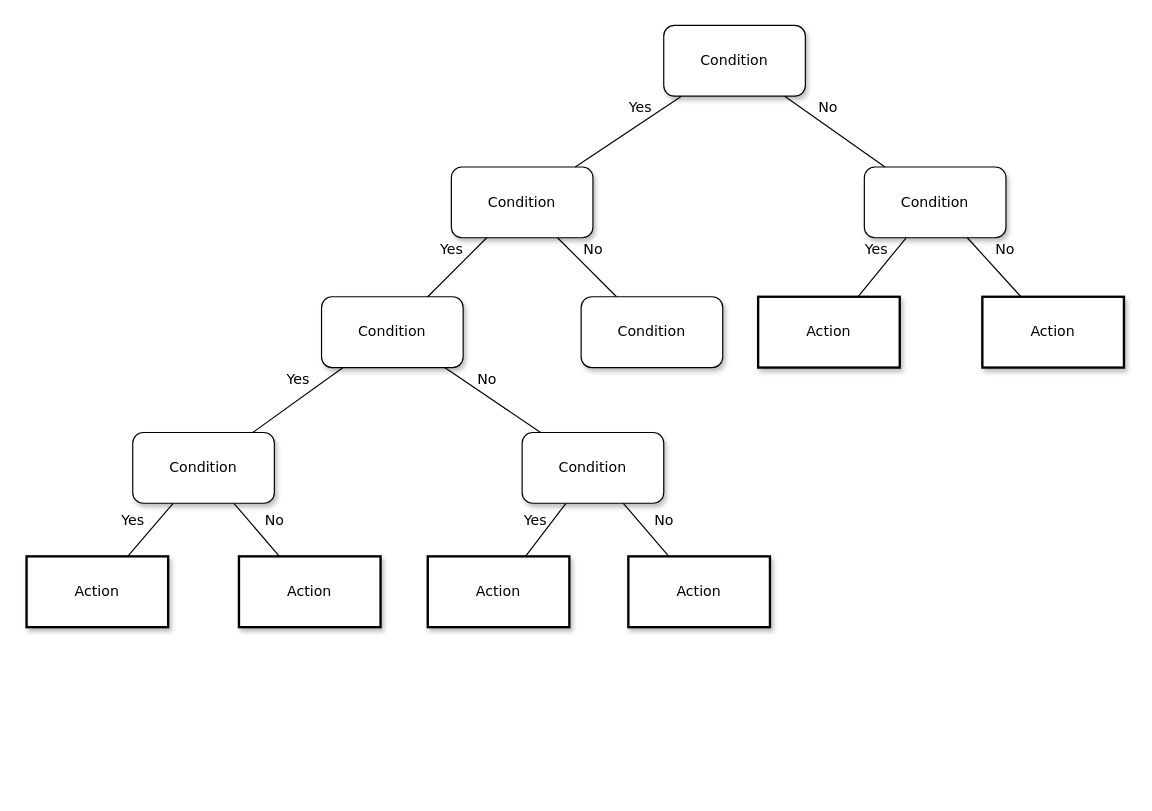
Above: Untitled Diagram.drawio in obuyaochieng/analog-clock (draw.io), before the change. Source tidied: cells renumbered, new cells numbered last; positions are measured from the earlier drawing's top-left corner, leaving out a move shared by most shapes. Both pictures are drawn from the tidied source at 118%, with x=0, y=0 at pixel (26, 25).
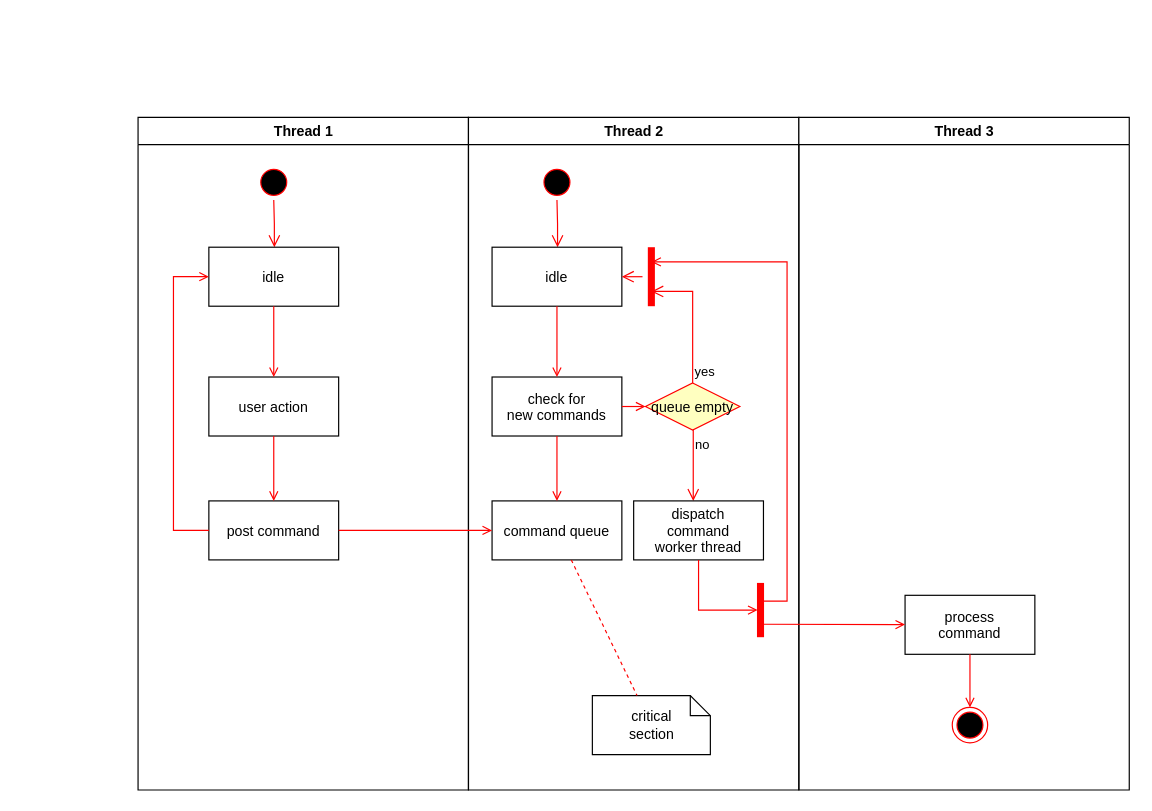
The same diagram, later.

The edit, as a diff of the source:
```diff
@@
-    <mxCell id="2" value="Condition" style="whiteSpace=wrap;html=1;rounded=1;shadow=1;labelBackgroundColor=none;strokeWidth=1;fontFamily=Verdana;fontSize=12;align=center;" parent="1" vertex="1">
-      <mxGeometry x="540" width="120" height="60" as="geometry" />
-    </mxCell>
-    <mxCell id="3" value="&lt;span&gt;Condition&lt;/span&gt;" style="whiteSpace=wrap;html=1;rounded=1;shadow=1;labelBackgroundColor=none;strokeWidth=1;fontFamily=Verdana;fontSize=12;align=center;" parent="1" vertex="1">
-      <mxGeometry x="360" y="120" width="120" height="60" as="geometry" />
-    </mxCell>
-    <mxCell id="4" value="&lt;span&gt;Condition&lt;/span&gt;" style="whiteSpace=wrap;html=1;rounded=1;shadow=1;labelBackgroundColor=none;strokeWidth=1;fontFamily=Verdana;fontSize=12;align=center;" parent="1" vertex="1">
-      <mxGeometry x="710" y="120" width="120" height="60" as="geometry" />
-    </mxCell>
-    <mxCell id="5" value="No" style="rounded=0;html=1;labelBackgroundColor=none;startArrow=none;startFill=0;startSize=5;endArrow=none;endFill=0;endSize=5;jettySize=auto;strokeWidth=1;fontFamily=Verdana;fontSize=12;" parent="1" edge="1" source="2" target="4">
-      <mxGeometry x="-0.3" y="13" relative="1" as="geometry" />
-    </mxCell>
-    <mxCell id="6" value="Yes" style="rounded=0;html=1;labelBackgroundColor=none;startArrow=none;startFill=0;startSize=5;endArrow=none;endFill=0;endSize=5;jettySize=auto;strokeWidth=1;fontFamily=Verdana;fontSize=12;" parent="1" edge="1" source="2" target="3">
-      <mxGeometry x="-0.36" y="-11" relative="1" as="geometry" />
-    </mxCell>
-    <mxCell id="7" value="&lt;span&gt;Condition&lt;/span&gt;" style="whiteSpace=wrap;html=1;rounded=1;shadow=1;labelBackgroundColor=none;strokeWidth=1;fontFamily=Verdana;fontSize=12;align=center;" parent="1" vertex="1">
-      <mxGeometry x="250" y="230" width="120" height="60" as="geometry" />
-    </mxCell>
-    <mxCell id="8" value="&lt;span&gt;Condition&lt;/span&gt;" style="whiteSpace=wrap;html=1;rounded=1;shadow=1;labelBackgroundColor=none;strokeWidth=1;fontFamily=Verdana;fontSize=12;align=center;" parent="1" vertex="1">
-      <mxGeometry x="470" y="230" width="120" height="60" as="geometry" />
-    </mxCell>
-    <mxCell id="9" value="&lt;span&gt;Action&lt;/span&gt;" style="whiteSpace=wrap;html=1;rounded=0;shadow=1;labelBackgroundColor=none;strokeWidth=2;fontFamily=Verdana;fontSize=12;align=center;" parent="1" vertex="1">
-      <mxGeometry x="620" y="230" width="120" height="60" as="geometry" />
-    </mxCell>
-    <mxCell id="10" value="&lt;span&gt;Action&lt;/span&gt;" style="whiteSpace=wrap;html=1;rounded=0;shadow=1;labelBackgroundColor=none;strokeWidth=2;fontFamily=Verdana;fontSize=12;align=center;" parent="1" vertex="1">
-      <mxGeometry x="810" y="230" width="120" height="60" as="geometry" />
-    </mxCell>
-    <mxCell id="11" value="&lt;span&gt;Condition&lt;/span&gt;" style="whiteSpace=wrap;html=1;rounded=1;shadow=1;labelBackgroundColor=none;strokeWidth=1;fontFamily=Verdana;fontSize=12;align=center;" parent="1" vertex="1">
-      <mxGeometry x="90" y="345" width="120" height="60" as="geometry" />
-    </mxCell>
-    <mxCell id="12" value="&lt;span&gt;Condition&lt;/span&gt;" style="whiteSpace=wrap;html=1;rounded=1;shadow=1;labelBackgroundColor=none;strokeWidth=1;fontFamily=Verdana;fontSize=12;align=center;" parent="1" vertex="1">
-      <mxGeometry x="420" y="345" width="120" height="60" as="geometry" />
-    </mxCell>
-    <mxCell id="13" value="Yes" style="rounded=0;html=1;labelBackgroundColor=none;startArrow=none;startFill=0;startSize=5;endArrow=none;endFill=0;endSize=5;jettySize=auto;strokeWidth=1;fontFamily=Verdana;fontSize=12;" parent="1" edge="1" source="3" target="7">
-      <mxGeometry x="-0.2" y="-14" relative="1" as="geometry" />
-    </mxCell>
-    <mxCell id="14" value="No" style="rounded=0;html=1;labelBackgroundColor=none;startArrow=none;startFill=0;startSize=5;endArrow=none;endFill=0;endSize=5;jettySize=auto;strokeWidth=1;fontFamily=Verdana;fontSize=12;" parent="1" edge="1" source="3" target="8">
-      <mxGeometry x="-0.2" y="14" relative="1" as="geometry" />
-    </mxCell>
-    <mxCell id="15" value="Yes" style="rounded=0;html=1;labelBackgroundColor=none;startArrow=none;startFill=0;startSize=5;endArrow=none;endFill=0;endSize=5;jettySize=auto;strokeWidth=1;fontFamily=Verdana;fontSize=12;" parent="1" edge="1" source="4" target="9">
-      <mxGeometry x="-0.26" y="-13" relative="1" as="geometry" />
-    </mxCell>
-    <mxCell id="16" value="No" style="rounded=0;html=1;labelBackgroundColor=none;startArrow=none;startFill=0;startSize=5;endArrow=none;endFill=0;endSize=5;jettySize=auto;strokeWidth=1;fontFamily=Verdana;fontSize=12;" parent="1" edge="1" source="4" target="10">
-      <mxGeometry x="-0.13" y="17" relative="1" as="geometry" />
-    </mxCell>
-    <mxCell id="17" value="Yes" style="rounded=0;html=1;labelBackgroundColor=none;startArrow=none;startFill=0;startSize=5;endArrow=none;endFill=0;endSize=5;jettySize=auto;strokeWidth=1;fontFamily=Verdana;fontSize=12;" parent="1" edge="1" source="7" target="11">
-      <mxGeometry x="-0.22" y="-14" relative="1" as="geometry" />
-    </mxCell>
-    <mxCell id="18" value="No" style="rounded=0;html=1;labelBackgroundColor=none;startArrow=none;startFill=0;startSize=5;endArrow=none;endFill=0;endSize=5;jettySize=auto;strokeWidth=1;fontFamily=Verdana;fontSize=12;" parent="1" edge="1" source="7" target="12">
-      <mxGeometry x="-0.28" y="12" relative="1" as="geometry" />
-    </mxCell>
-    <mxCell id="19" value="Action" style="whiteSpace=wrap;html=1;rounded=0;shadow=1;labelBackgroundColor=none;strokeWidth=2;fontFamily=Verdana;fontSize=12;align=center;" parent="1" vertex="1">
-      <mxGeometry y="450" width="120" height="60" as="geometry" />
-    </mxCell>
-    <mxCell id="20" value="&lt;span&gt;Action&lt;/span&gt;" style="whiteSpace=wrap;html=1;rounded=0;shadow=1;labelBackgroundColor=none;strokeWidth=2;fontFamily=Verdana;fontSize=12;align=center;" parent="1" vertex="1">
-      <mxGeometry x="180" y="450" width="120" height="60" as="geometry" />
-    </mxCell>
-    <mxCell id="21" value="&lt;span&gt;Action&lt;/span&gt;" style="whiteSpace=wrap;html=1;rounded=0;shadow=1;labelBackgroundColor=none;strokeWidth=2;fontFamily=Verdana;fontSize=12;align=center;" parent="1" vertex="1">
-      <mxGeometry x="340" y="450" width="120" height="60" as="geometry" />
-    </mxCell>
-    <mxCell id="22" value="&lt;span&gt;Action&lt;/span&gt;" style="whiteSpace=wrap;html=1;rounded=0;shadow=1;labelBackgroundColor=none;strokeWidth=2;fontFamily=Verdana;fontSize=12;align=center;" parent="1" vertex="1">
-      <mxGeometry x="510" y="450" width="120" height="60" as="geometry" />
-    </mxCell>
-    <mxCell id="23" value="Yes" style="rounded=0;html=1;labelBackgroundColor=none;startArrow=none;startFill=0;startSize=5;endArrow=none;endFill=0;endSize=5;jettySize=auto;strokeWidth=1;fontFamily=Verdana;fontSize=12;" parent="1" edge="1" source="11" target="19">
-      <mxGeometry x="0.14" y="-16" relative="1" as="geometry" />
-    </mxCell>
-    <mxCell id="24" value="No" style="rounded=0;html=1;labelBackgroundColor=none;startArrow=none;startFill=0;startSize=5;endArrow=none;endFill=0;endSize=5;jettySize=auto;strokeWidth=1;fontFamily=Verdana;fontSize=12;" parent="1" edge="1" source="11" target="20">
-      <mxGeometry x="0.14" y="16" relative="1" as="geometry" />
-    </mxCell>
-    <mxCell id="25" value="Yes" style="rounded=0;html=1;labelBackgroundColor=none;startArrow=none;startFill=0;startSize=5;endArrow=none;endFill=0;endSize=5;jettySize=auto;strokeWidth=1;fontFamily=Verdana;fontSize=12;" parent="1" edge="1" source="12" target="21">
-      <mxGeometry y="-12" relative="1" as="geometry" />
-    </mxCell>
-    <mxCell id="26" value="No" style="rounded=0;html=1;labelBackgroundColor=none;startArrow=none;startFill=0;startSize=5;endArrow=none;endFill=0;endSize=5;jettySize=auto;strokeWidth=1;fontFamily=Verdana;fontSize=12;" parent="1" edge="1" source="12" target="22">
-      <mxGeometry x="0.14" y="16" relative="1" as="geometry" />
-    </mxCell>
+    <mxCell id="27" value="Thread 1" style="swimlane;whiteSpace=wrap;" parent="1" vertex="1">
+      <mxGeometry x="94.5" y="78" width="280" height="570" as="geometry" />
+    </mxCell>
+    <mxCell id="28" style="ellipse;shape=startState;fillColor=#000000;strokeColor=#ff0000;" parent="27" vertex="1">
+      <mxGeometry x="100" y="40" width="30" height="30" as="geometry" />
+    </mxCell>
+    <mxCell id="29" style="edgeStyle=elbowEdgeStyle;elbow=horizontal;verticalAlign=bottom;endArrow=open;endSize=8;strokeColor=#FF0000;endFill=1;rounded=0;" parent="27" edge="1" source="28" target="30">
+      <mxGeometry x="100" y="40" as="geometry" />
+    </mxCell>
+    <mxCell id="30" value="idle" parent="27" vertex="1">
+      <mxGeometry x="60" y="110" width="110" height="50" as="geometry" />
+    </mxCell>
+    <mxCell id="31" value="user action" parent="27" vertex="1">
+      <mxGeometry x="60" y="220" width="110" height="50" as="geometry" />
+    </mxCell>
+    <mxCell id="32" style="endArrow=open;strokeColor=#FF0000;endFill=1;rounded=0;" parent="27" edge="1" source="30" target="31">
+      <mxGeometry relative="1" as="geometry" />
+    </mxCell>
+    <mxCell id="33" value="post command" parent="27" vertex="1">
+      <mxGeometry x="60" y="325" width="110" height="50" as="geometry" />
+    </mxCell>
+    <mxCell id="34" style="endArrow=open;strokeColor=#FF0000;endFill=1;rounded=0;" parent="27" edge="1" source="31" target="33">
+      <mxGeometry relative="1" as="geometry" />
+    </mxCell>
+    <mxCell id="35" style="edgeStyle=elbowEdgeStyle;elbow=horizontal;strokeColor=#FF0000;endArrow=open;endFill=1;rounded=0;" parent="27" edge="1" source="33" target="30">
+      <mxGeometry relative="1" as="geometry">
+        <Array as="points">
+          <mxPoint x="30" y="250" />
+        </Array>
+      </mxGeometry>
+    </mxCell>
+    <mxCell id="36" value="Thread 2" style="swimlane;whiteSpace=wrap;" parent="1" vertex="1">
+      <mxGeometry x="374.5" y="78" width="280" height="570" as="geometry" />
+    </mxCell>
+    <mxCell id="37" style="ellipse;shape=startState;fillColor=#000000;strokeColor=#ff0000;" parent="36" vertex="1">
+      <mxGeometry x="60" y="40" width="30" height="30" as="geometry" />
+    </mxCell>
+    <mxCell id="38" style="edgeStyle=elbowEdgeStyle;elbow=horizontal;verticalAlign=bottom;endArrow=open;endSize=8;strokeColor=#FF0000;endFill=1;rounded=0;" parent="36" edge="1" source="37" target="39">
+      <mxGeometry x="40" y="20" as="geometry" />
+    </mxCell>
+    <mxCell id="39" value="idle" parent="36" vertex="1">
+      <mxGeometry x="20" y="110" width="110" height="50" as="geometry" />
+    </mxCell>
+    <mxCell id="40" value="check for &#10;new commands" parent="36" vertex="1">
+      <mxGeometry x="20" y="220" width="110" height="50" as="geometry" />
+    </mxCell>
+    <mxCell id="41" style="endArrow=open;strokeColor=#FF0000;endFill=1;rounded=0;" parent="36" edge="1" source="39" target="40">
+      <mxGeometry relative="1" as="geometry" />
+    </mxCell>
+    <mxCell id="42" value="command queue" parent="36" vertex="1">
+      <mxGeometry x="20" y="325" width="110" height="50" as="geometry" />
+    </mxCell>
+    <mxCell id="43" style="endArrow=open;strokeColor=#FF0000;endFill=1;rounded=0;" parent="36" edge="1" source="40" target="42">
+      <mxGeometry relative="1" as="geometry" />
+    </mxCell>
+    <mxCell id="44" value="queue empty" style="rhombus;fillColor=#ffffc0;strokeColor=#ff0000;" parent="36" vertex="1">
+      <mxGeometry x="150" y="225" width="80" height="40" as="geometry" />
+    </mxCell>
+    <mxCell id="45" value="yes" style="edgeStyle=elbowEdgeStyle;elbow=horizontal;align=left;verticalAlign=bottom;endArrow=open;endSize=8;strokeColor=#FF0000;exitX=0.5;exitY=0;endFill=1;rounded=0;entryX=0.75;entryY=0.5;entryPerimeter=0;" parent="36" edge="1" source="44" target="48">
+      <mxGeometry x="-1" relative="1" as="geometry">
+        <Array as="points">
+          <mxPoint x="190" y="180" />
+        </Array>
+      </mxGeometry>
+    </mxCell>
+    <mxCell id="46" value="no" style="edgeStyle=elbowEdgeStyle;elbow=horizontal;align=left;verticalAlign=top;endArrow=open;endSize=8;strokeColor=#FF0000;endFill=1;rounded=0;" parent="36" edge="1" source="44" target="50">
+      <mxGeometry x="-1" relative="1" as="geometry" />
+    </mxCell>
+    <mxCell id="47" style="endArrow=open;strokeColor=#FF0000;endFill=1;rounded=0;" parent="36" edge="1" source="40" target="44">
+      <mxGeometry relative="1" as="geometry" />
+    </mxCell>
+    <mxCell id="48" style="shape=line;strokeWidth=6;strokeColor=#ff0000;rotation=90;" parent="36" vertex="1">
+      <mxGeometry x="130" y="127.5" width="50" height="15" as="geometry" />
+    </mxCell>
+    <mxCell id="49" style="edgeStyle=elbowEdgeStyle;elbow=horizontal;verticalAlign=bottom;endArrow=open;endSize=8;strokeColor=#FF0000;endFill=1;rounded=0;" parent="36" edge="1" source="48" target="39">
+      <mxGeometry x="130" y="90" as="geometry" />
+    </mxCell>
+    <mxCell id="50" value="dispatch&#10;command&#10;worker thread" parent="36" vertex="1">
+      <mxGeometry x="140" y="325" width="110" height="50" as="geometry" />
+    </mxCell>
+    <mxCell id="51" value="critical&#10;section" style="shape=note;whiteSpace=wrap;size=17;" parent="36" vertex="1">
+      <mxGeometry x="105" y="490" width="100" height="50" as="geometry" />
+    </mxCell>
+    <mxCell id="52" style="endArrow=none;strokeColor=#FF0000;endFill=0;rounded=0;dashed=1;" parent="36" edge="1" source="42" target="51">
+      <mxGeometry relative="1" as="geometry" />
+    </mxCell>
+    <mxCell id="53" style="whiteSpace=wrap;strokeColor=#FF0000;fillColor=#FF0000;" parent="36" vertex="1">
+      <mxGeometry x="245" y="395" width="5" height="45" as="geometry" />
+    </mxCell>
+    <mxCell id="54" style="edgeStyle=elbowEdgeStyle;elbow=horizontal;entryX=0;entryY=0.5;strokeColor=#FF0000;endArrow=open;endFill=1;rounded=0;" parent="36" edge="1" source="50" target="53">
+      <mxGeometry relative="1" as="geometry">
+        <Array as="points">
+          <mxPoint x="195" y="400" />
+        </Array>
+      </mxGeometry>
+    </mxCell>
+    <mxCell id="55" value="Thread 3" style="swimlane;whiteSpace=wrap;" parent="1" vertex="1">
+      <mxGeometry x="654.5" y="78" width="280" height="570" as="geometry" />
+    </mxCell>
+    <mxCell id="56" value="process&#10;command" parent="55" vertex="1">
+      <mxGeometry x="90" y="405" width="110" height="50" as="geometry" />
+    </mxCell>
+    <mxCell id="57" style="edgeStyle=elbowEdgeStyle;elbow=horizontal;strokeColor=#FF0000;endArrow=open;endFill=1;rounded=0;entryX=0.25;entryY=0.5;entryPerimeter=0;" parent="55" edge="1" target="48">
+      <mxGeometry relative="1" as="geometry">
+        <mxPoint x="-30" y="410" as="sourcePoint" />
+        <Array as="points">
+          <mxPoint x="-10" y="135" />
+        </Array>
+      </mxGeometry>
+    </mxCell>
+    <mxCell id="58" style="edgeStyle=none;strokeColor=#FF0000;endArrow=open;endFill=1;rounded=0;" parent="55" edge="1" target="56">
+      <mxGeometry relative="1" as="geometry">
+        <mxPoint x="-30" y="429.5" as="sourcePoint" />
+      </mxGeometry>
+    </mxCell>
+    <mxCell id="59" style="ellipse;shape=endState;fillColor=#000000;strokeColor=#ff0000;" parent="55" vertex="1">
+      <mxGeometry x="130" y="500" width="30" height="30" as="geometry" />
+    </mxCell>
+    <mxCell id="60" style="endArrow=open;strokeColor=#FF0000;endFill=1;rounded=0;" parent="55" edge="1" source="56" target="59">
+      <mxGeometry relative="1" as="geometry" />
+    </mxCell>
+    <mxCell id="61" style="endArrow=open;strokeColor=#FF0000;endFill=1;rounded=0;" parent="1" edge="1" source="33" target="42">
+      <mxGeometry relative="1" as="geometry" />
+    </mxCell>
```
